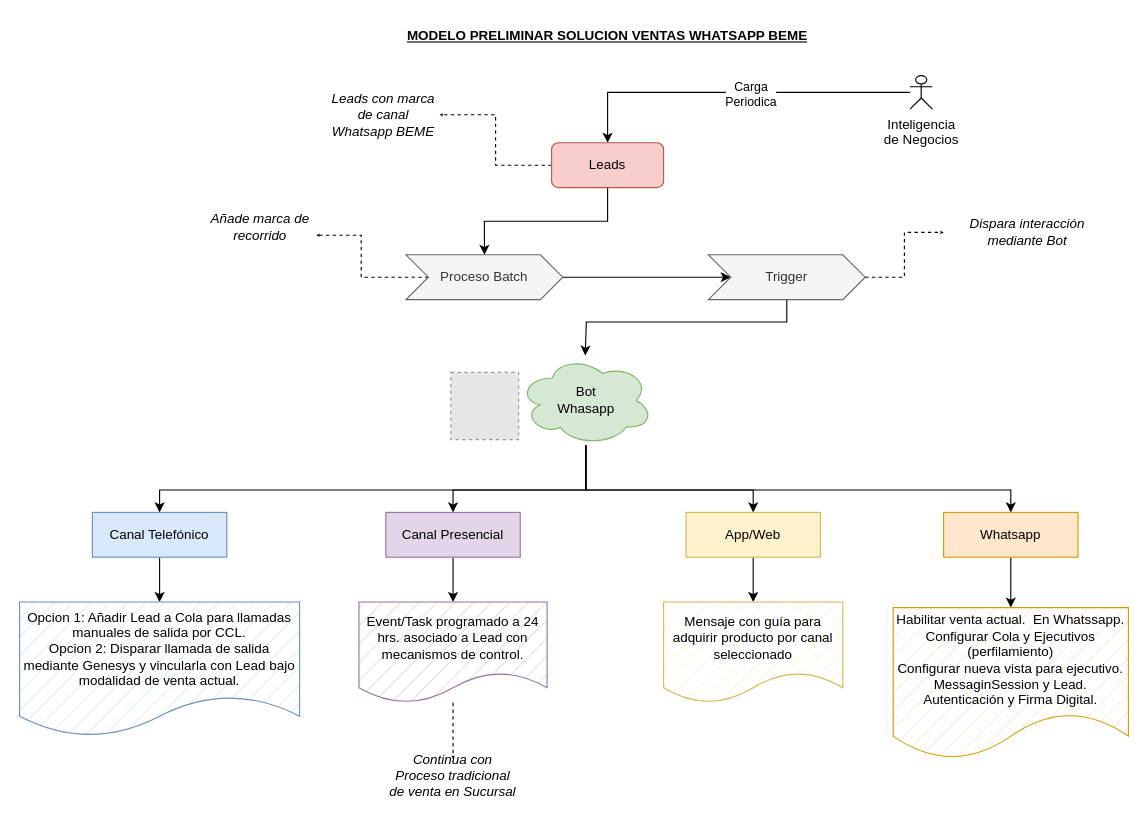
nonate/personalProject keeps this draw.io diagram as Modelo Venta BEME Whatsapp.drawio. Above is the earlier version. Source tidied: cells renumbered, new cells numbered last; positions are measured from the earlier drawing's top-left corner, leaving out a move shared by most shapes. Both pictures are drawn from the tidied source at 112%, with x=0, y=0 at pixel (19, 19). Pictures stored in the file or linked from it are replaced by grey dashed boxes.
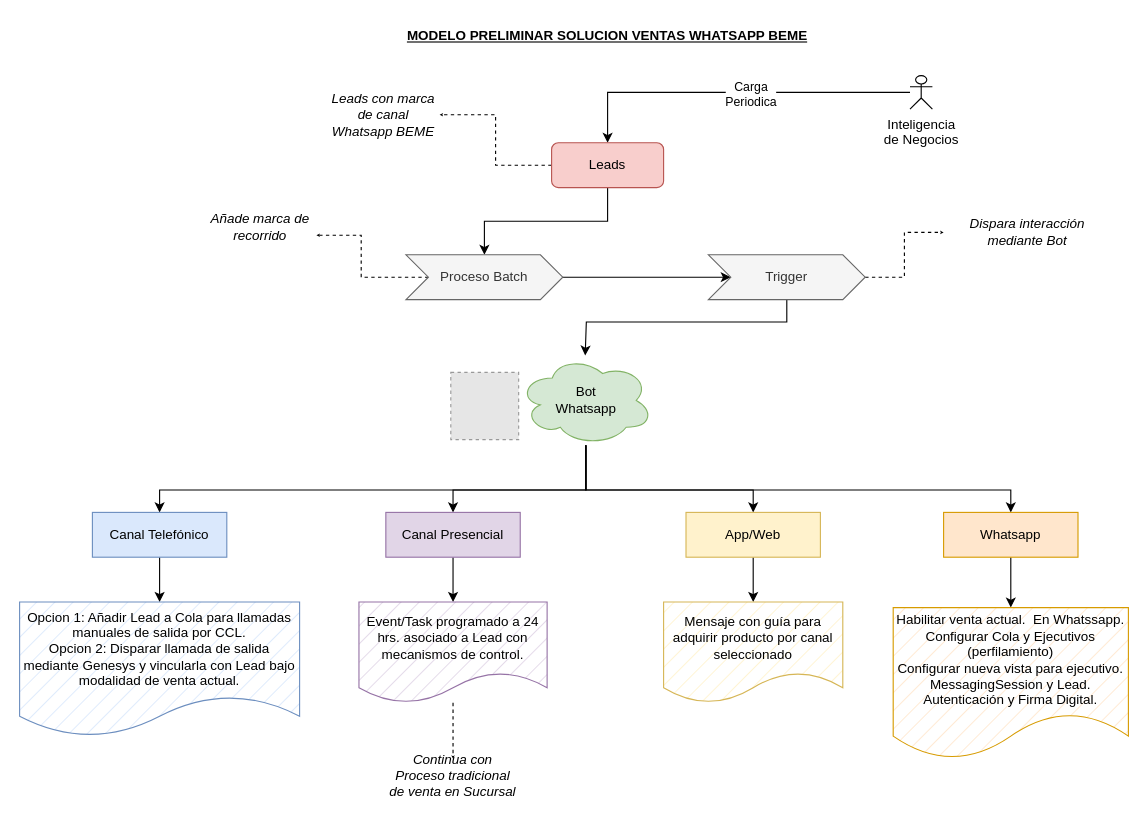
The same page after the edit.

Diff of the diagram source:
```diff
@@
-    <mxCell id="18" value="Bot &lt;br&gt;Whasapp" style="ellipse;shape=cloud;whiteSpace=wrap;html=1;fillColor=#d5e8d4;strokeColor=#82b366;" parent="1" vertex="1">
+    <mxCell id="18" value="Bot &lt;br&gt;Whatsapp" style="ellipse;shape=cloud;whiteSpace=wrap;html=1;fillColor=#d5e8d4;strokeColor=#82b366;" parent="1" vertex="1">
       <mxGeometry x="445.6" y="300" width="120" height="80" as="geometry" />
     </mxCell>
@@
-    <mxCell id="38" value="Habilitar venta actual.&amp;nbsp; En Whatssapp.&lt;br&gt;Configurar Cola y Ejecutivos (perfilamiento)&lt;br&gt;Configurar nueva vista para ejecutivo. MessaginSession y Lead.&lt;br&gt;Autenticación y Firma Digital." style="shape=document;whiteSpace=wrap;html=1;boundedLbl=1;fillColor=#ffe6cc;strokeColor=#d79b00;fillStyle=hatch;" parent="1" vertex="1">
+    <mxCell id="38" value="Habilitar venta actual.&amp;nbsp; En Whatssapp.&lt;br&gt;Configurar Cola y Ejecutivos (perfilamiento)&lt;br&gt;Configurar nueva vista para ejecutivo. MessagingSession y Lead.&lt;br&gt;Autenticación y Firma Digital." style="shape=document;whiteSpace=wrap;html=1;boundedLbl=1;fillColor=#ffe6cc;strokeColor=#d79b00;fillStyle=hatch;" parent="1" vertex="1">
       <mxGeometry x="780" y="525" width="210" height="135" as="geometry" />
     </mxCell>
```
